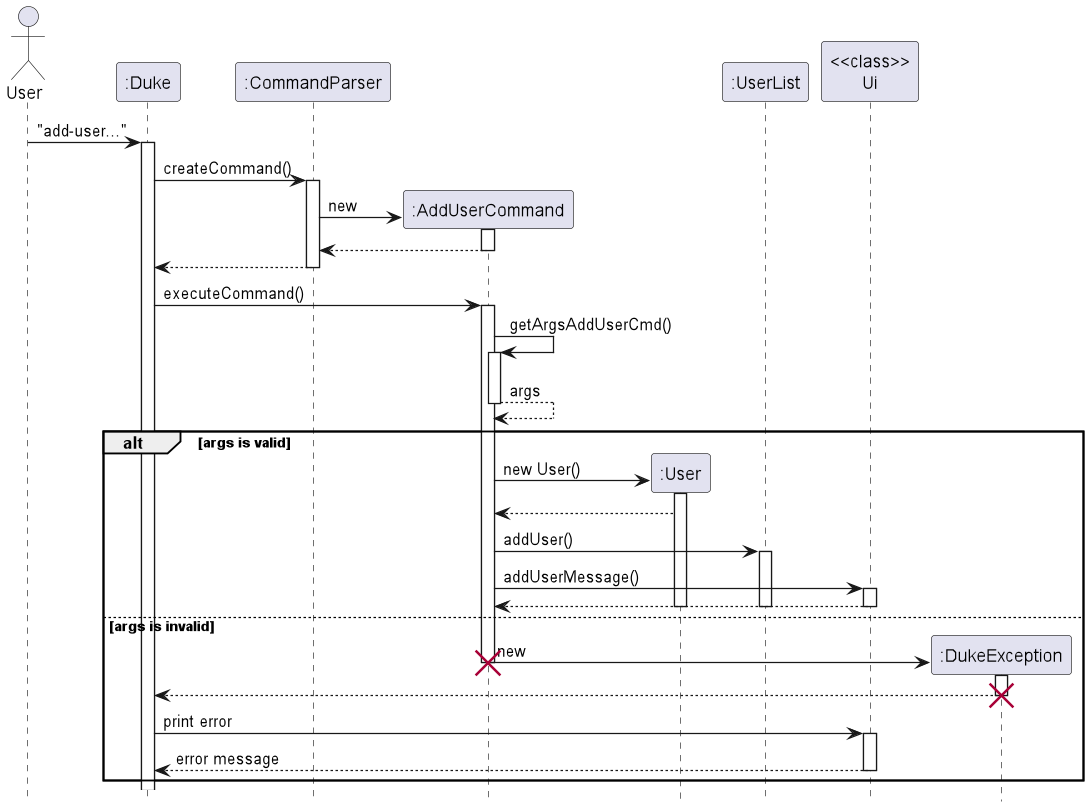
Before: docs/images/AddUserSequence.png, a diagram exported from PlantUML (nus-cs2113-AY2223S1/tp). Its source is kept beside it as docs/diagrams/user/AddUserSequence.puml.
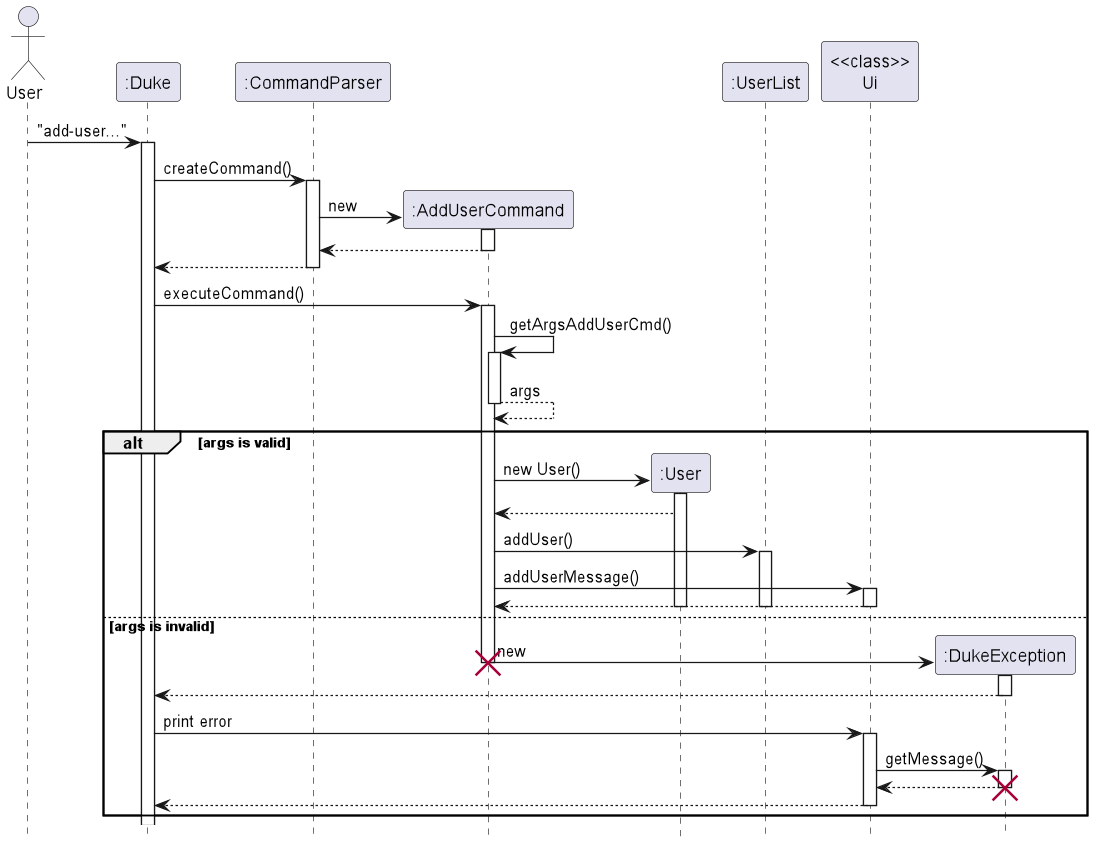
After the commit.

What changed in the source:
```diff
@@ -32,10 +32,14 @@
     destroy ":AddUserCommand"
     activate ":DukeException"
     ":DukeException" --> ":Duke"
-    destroy ":DukeException"
+    deactivate ":DukeException"
     ":Duke" -> "<<class>>\nUi" : print error
     activate "<<class>>\nUi"
-    "<<class>>\nUi" --> ":Duke" : error message
+    "<<class>>\nUi" -> ":DukeException": getMessage()
+    activate ":DukeException"
+    return
+    destroy ":DukeException"
+    "<<class>>\nUi" --> ":Duke"
     deactivate "<<class>>\nUi"
 end
 
```
